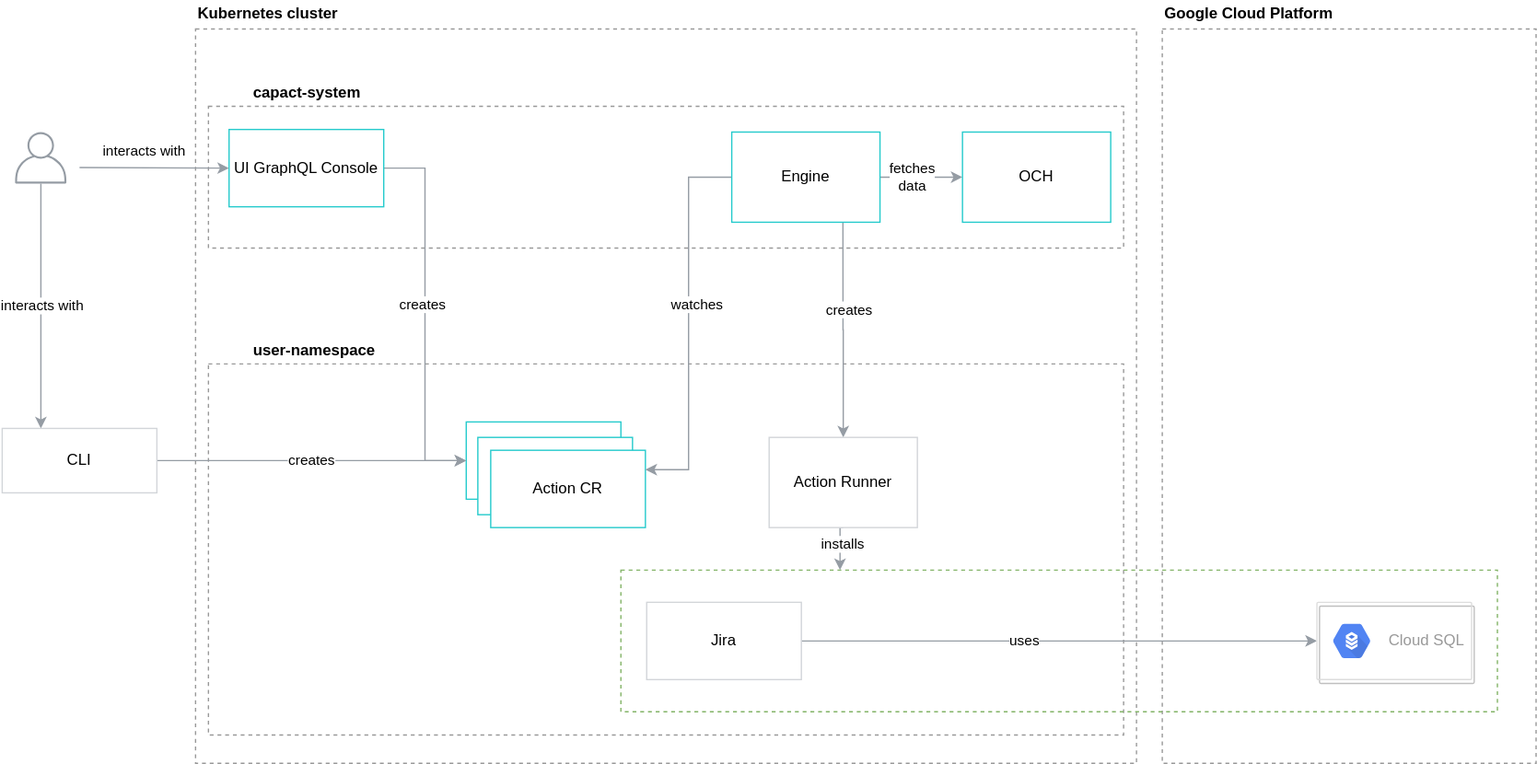
This is docs/tutorial/jira-installation/assets/install-gcp.svg from capactio/capact, a draw.io export, as it was before one commit. Source tidied: cells renumbered, new cells last; positions are measured from the earlier drawing's top-left corner, leaving out a move shared by most shapes.
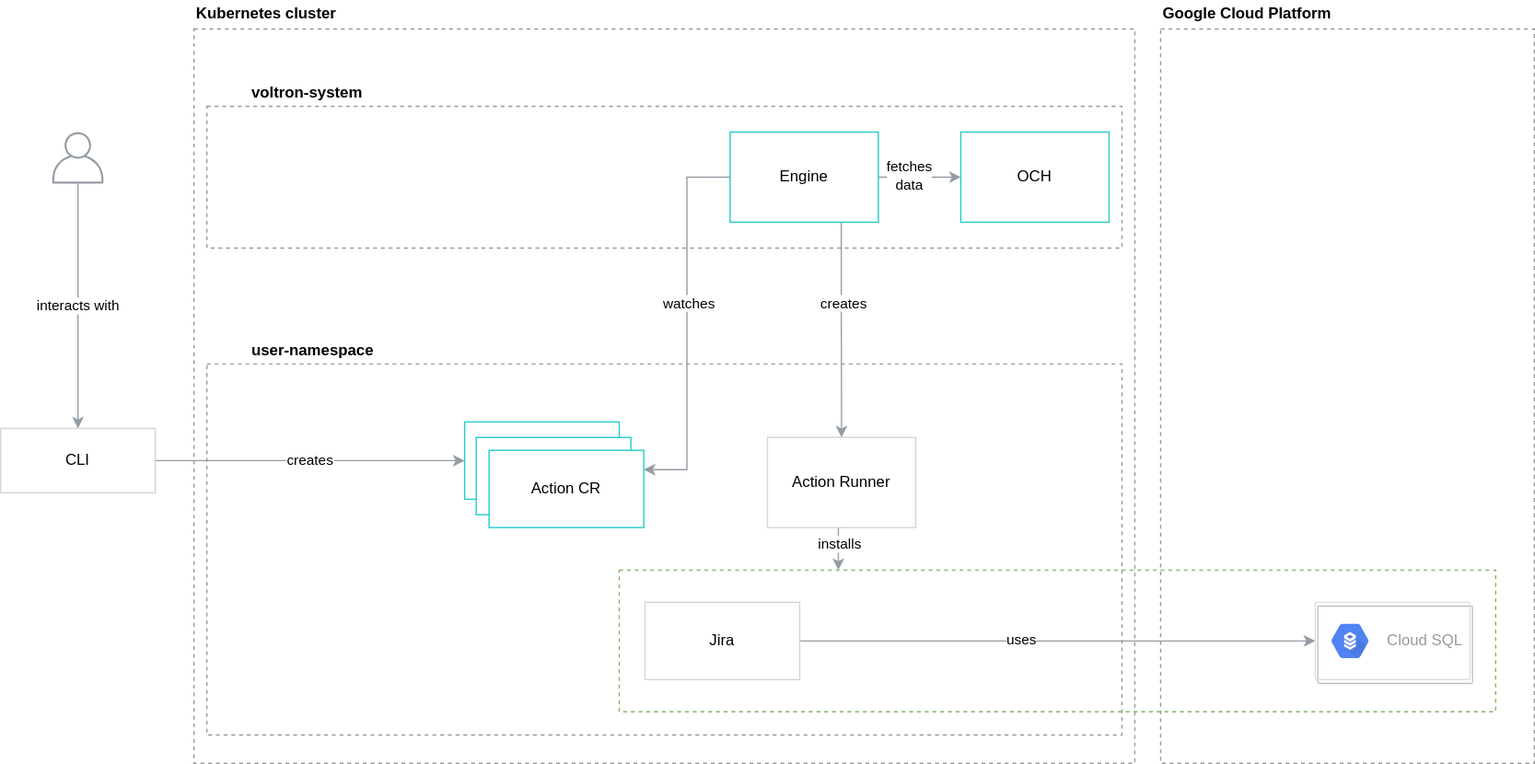
The same diagram one commit later.

The edit, as a diff of the source:
```diff
@@ -24,7 +24,7 @@
       </mxGeometry>
     </mxCell>
     <mxCell id="8" style="fontColor=#232F3E;gradientColor=none;strokeColor=none;dashed=0;verticalLabelPosition=bottom;verticalAlign=top;align=center;html=1;fontSize=12;fontStyle=0;shape=mxgraph.aws4.user;fillColor=#959CA4;" parent="1" vertex="1">
-      <mxGeometry x="10" y="102" width="40" height="40" as="geometry" />
+      <mxGeometry x="40" y="102" width="40" height="40" as="geometry" />
     </mxCell>
     <mxCell id="9" style="edgeStyle=orthogonalEdgeStyle;rounded=0;jettySize=auto;html=1;exitX=1;exitY=0.5;exitDx=0;exitDy=0;strokeColor=#959CA4;" parent="1" edge="1" source="11" target="34">
       <mxGeometry relative="1" as="geometry" />
@@ -38,25 +38,6 @@
     <mxCell id="12" value="&lt;b&gt;Kubernetes cluster&lt;/b&gt;" style="text;html=1;strokeColor=none;fillColor=none;align=left;verticalAlign=middle;whiteSpace=wrap;rounded=0;" parent="1" vertex="1">
       <mxGeometry x="150" width="120" height="20" as="geometry" />
     </mxCell>
-    <mxCell id="13" style="edgeStyle=orthogonalEdgeStyle;rounded=0;jettySize=auto;html=1;exitX=1;exitY=0.5;exitDx=0;exitDy=0;strokeColor=#959CA4;entryX=0;entryY=0.5;entryDx=0;entryDy=0;" parent="1" edge="1" source="15" target="18">
-      <mxGeometry relative="1" as="geometry" />
-    </mxCell>
-    <mxCell id="14" value="creates" style="edgeLabel;html=1;align=center;verticalAlign=middle;" parent="13" vertex="1">
-      <mxGeometry x="-0.06" y="-3" relative="1" as="geometry" />
-    </mxCell>
-    <mxCell id="15" value="UI GraphQL Console" style="rounded=0;whiteSpace=wrap;html=1;strokeColor=#24CACC;" parent="1" vertex="1">
-      <mxGeometry x="176" y="100" width="120" height="60" as="geometry" />
-    </mxCell>
-    <mxCell id="16" style="endArrow=classic;html=1;entryX=0;entryY=0.5;entryDx=0;entryDy=0;strokeColor=#959CA4;" parent="1" edge="1" target="15">
-      <mxGeometry relative="1" as="geometry">
-        <mxPoint x="60" y="129.5" as="sourcePoint" />
-      </mxGeometry>
-    </mxCell>
-    <mxCell id="17" value="interacts with" style="edgeLabel;html=1;align=center;verticalAlign=middle;" parent="16" vertex="1">
-      <mxGeometry x="-0.24" y="-2" relative="1" as="geometry">
-        <mxPoint x="6" y="-15" as="offset" />
-      </mxGeometry>
-    </mxCell>
     <mxCell id="18" value="Action CR" style="rounded=0;whiteSpace=wrap;html=1;strokeColor=#24CACC;" parent="1" vertex="1">
       <mxGeometry x="360" y="327" width="120" height="60" as="geometry" />
     </mxCell>
@@ -71,14 +52,16 @@
     </mxCell>
     <mxCell id="22" value="watches" style="edgeLabel;html=1;align=center;verticalAlign=middle;" parent="21" vertex="1">
       <mxGeometry x="0.1" y="3" relative="1" as="geometry">
-        <mxPoint x="2.5" y="-30.5" as="offset" />
+        <mxPoint x="-2" y="-30" as="offset" />
       </mxGeometry>
     </mxCell>
     <mxCell id="23" style="edgeStyle=orthogonalEdgeStyle;rounded=0;jettySize=auto;html=1;exitX=0.75;exitY=1;exitDx=0;exitDy=0;strokeColor=#959CA4;" parent="1" edge="1" source="27" target="30">
       <mxGeometry relative="1" as="geometry" />
     </mxCell>
     <mxCell id="24" value="creates" style="edgeLabel;html=1;align=center;verticalAlign=middle;" parent="23" vertex="1">
-      <mxGeometry x="-0.19" y="4" relative="1" as="geometry" />
+      <mxGeometry x="-0.19" y="4" relative="1" as="geometry">
+        <mxPoint x="-3" y="-6" as="offset" />
+      </mxGeometry>
     </mxCell>
     <mxCell id="25" style="edgeStyle=orthogonalEdgeStyle;rounded=0;jettySize=auto;html=1;strokeColor=#959CA4;" parent="1" edge="1" source="27" target="36">
       <mxGeometry relative="1" as="geometry" />
@@ -118,9 +101,10 @@
     <mxCell id="36" value="OCH" style="rounded=0;whiteSpace=wrap;html=1;strokeColor=#24CACC;" parent="1" vertex="1">
       <mxGeometry x="745" y="102" width="115" height="70" as="geometry" />
     </mxCell>
-    <mxCell id="37" style="edgeStyle=orthogonalEdgeStyle;rounded=0;jettySize=auto;html=1;entryX=0.25;entryY=0;entryDx=0;entryDy=0;strokeColor=#959CA4;" parent="1" edge="1" target="40">
+    <mxCell id="37" style="edgeStyle=orthogonalEdgeStyle;rounded=0;orthogonalLoop=1;jettySize=auto;html=1;entryX=0.25;entryY=0;entryDx=0;entryDy=0;strokeColor=#959CA4;" parent="1" edge="1">
       <mxGeometry relative="1" as="geometry">
-        <mxPoint x="30" y="142" as="sourcePoint" />
+        <mxPoint x="60" y="142" as="sourcePoint" />
+        <mxPoint x="60" y="332" as="targetPoint" />
       </mxGeometry>
     </mxCell>
     <mxCell id="38" value="interacts with" style="edgeLabel;html=1;align=center;verticalAlign=middle;" parent="37" vertex="1">
```
